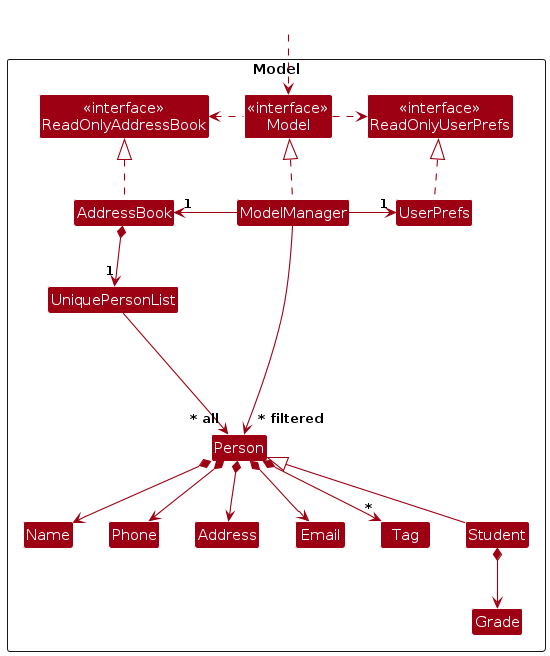
This is diagrams/ModelClassDiagram.png from AY2425-CS2103T-T09-4/tp, a PlantUML export, as it was before one commit. Its source is kept beside it as diagrams/ModelClassDiagram.puml. Source of this version:
```plantuml
@startuml
!include style.puml
skinparam arrowThickness 1.1
skinparam arrowColor MODEL_COLOR
skinparam classBackgroundColor MODEL_COLOR

Package Model as ModelPackage <<Rectangle>>{
Class "<<interface>>\nReadOnlyAddressBook" as ReadOnlyAddressBook
Class "<<interface>>\nReadOnlyUserPrefs" as ReadOnlyUserPrefs
Class "<<interface>>\nModel" as Model
Class AddressBook
Class ModelManager
Class UserPrefs

Class UniquePersonList
Class Person
Class Address
Class Email
Class Name
Class Phone
Class Tag
Class Student extends Person
Class Grade

Class I #FFFFFF
}

Class HiddenOutside #FFFFFF
HiddenOutside ..> Model

AddressBook .up.|> ReadOnlyAddressBook

ModelManager .up.|> Model
Model .right.> ReadOnlyUserPrefs
Model .left.> ReadOnlyAddressBook
ModelManager -left-> "1" AddressBook
ModelManager -right-> "1" UserPrefs
UserPrefs .up.|> ReadOnlyUserPrefs

AddressBook *--> "1" UniquePersonList
UniquePersonList --> "~* all" Person
Person *--> Name
Person *--> Phone
Person *--> Email
Person *--> Address
Person *--> "*" Tag
Student *--> Grade

Person -[hidden]up--> I
UniquePersonList -[hidden]right-> I

Name -[hidden]right-> Phone
Phone -[hidden]right-> Address
Address -[hidden]right-> Email

ModelManager --> "~* filtered" Person
@enduml
```
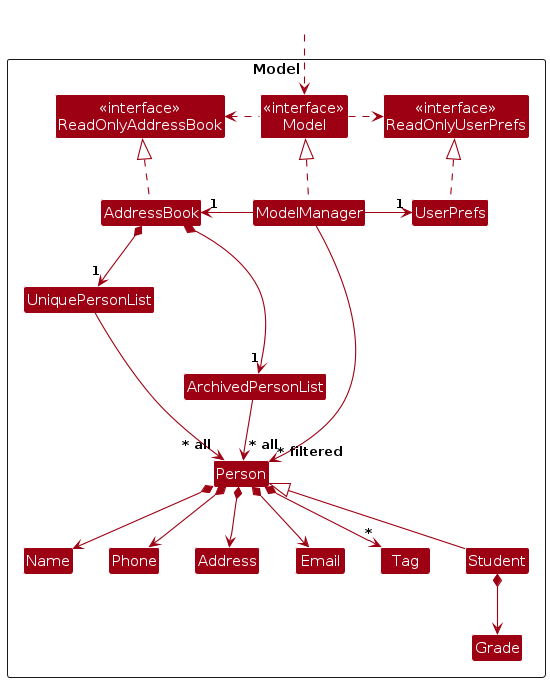
The same file after the commit.

The edit, as a diff of the source:
```diff
@@ -12,6 +12,7 @@
 Class ModelManager
 Class UserPrefs
 
+Class ArchivedPersonList
 Class UniquePersonList
 Class Person
 Class Address
@@ -38,6 +39,8 @@
 UserPrefs .up.|> ReadOnlyUserPrefs
 
 AddressBook *--> "1" UniquePersonList
+AddressBook *--> "1" ArchivedPersonList
+ArchivedPersonList --> "~* all" Person
 UniquePersonList --> "~* all" Person
 Person *--> Name
 Person *--> Phone
```
